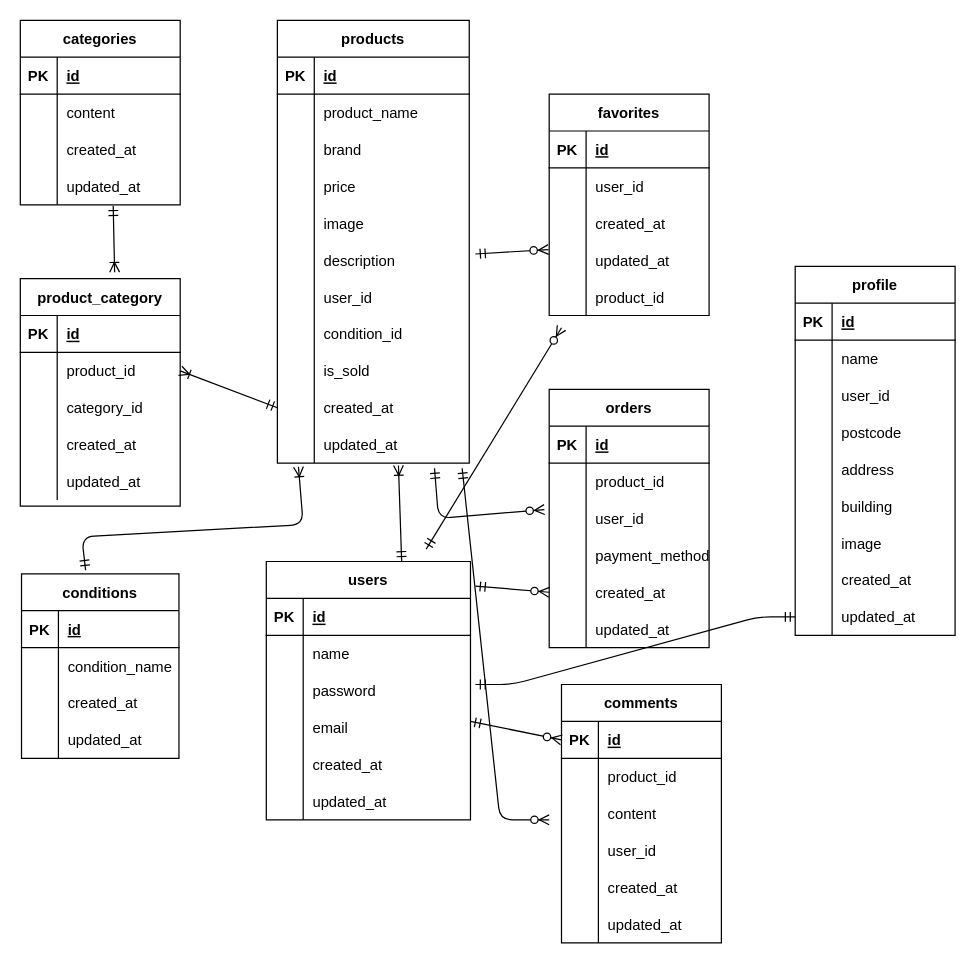
This is src/ER.drawio from Noriko30402/revision-flea-market-app, a draw.io file, before an edit. Source tidied: cells renumbered, new cells numbered last; positions are measured from the earlier drawing's top-left corner, leaving out a move shared by most shapes. Both pictures are drawn from the tidied source at 123%, with x=0, y=0 at pixel (20, 20).
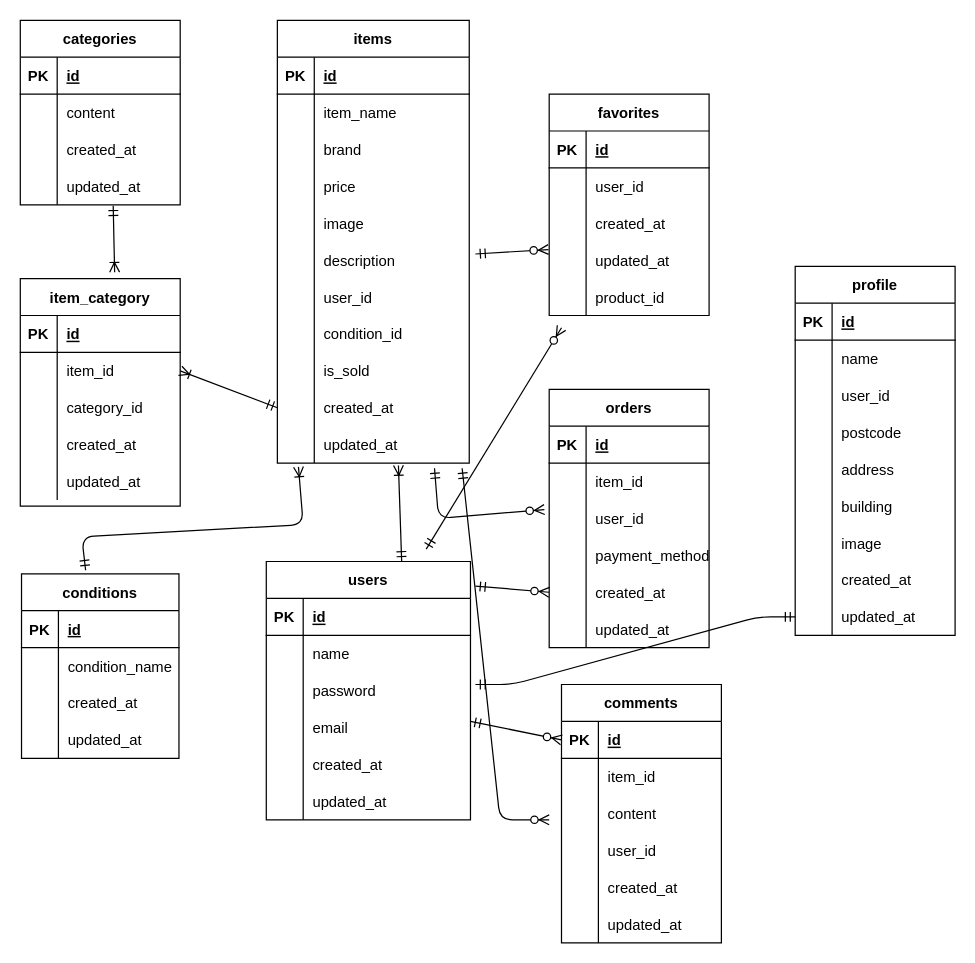
The same diagram, later.

Unchanged cells that the change refers to:
```xml
<mxCell id="19" style="shape=tableRow;horizontal=0;startSize=0;swimlaneHead=0;swimlaneBody=0;fillColor=none;top=0;left=0;right=0;bottom=0;" parent="15" vertex="1">
  <mxGeometry y="60" width="156" height="30" as="geometry" />
</mxCell>
<mxCell id="101" style="shape=tableRow;horizontal=0;startSize=0;swimlaneHead=0;swimlaneBody=0;fillColor=none;points=[[0,0.5],[1,0.5]];portConstraint=eastwest;top=0;left=0;right=0;bottom=0;" parent="97" vertex="1">
  <mxGeometry y="60" width="130" height="30" as="geometry" />
</mxCell>
<mxCell id="117" style="shape=tableRow;horizontal=0;startSize=0;swimlaneHead=0;swimlaneBody=0;fillColor=none;top=0;left=0;right=0;bottom=0;" parent="113" vertex="1">
  <mxGeometry y="60" width="130" height="30" as="geometry" />
</mxCell>
<mxCell id="136" style="shape=tableRow;horizontal=0;startSize=0;swimlaneHead=0;swimlaneBody=0;fillColor=none;top=0;left=0;right=0;bottom=0;" parent="132" vertex="1">
  <mxGeometry y="60" width="130" height="30" as="geometry" />
</mxCell>
```

Change to the diagram source:
```diff
@@
-    <mxCell id="15" value="products" style="shape=table;startSize=30;childLayout=tableLayout;rowLines=0;fontStyle=1;align=center;" parent="1" vertex="1">
+    <mxCell id="15" value="items" style="shape=table;startSize=30;childLayout=tableLayout;rowLines=0;fontStyle=1;align=center;" parent="1" vertex="1">
       <mxGeometry x="209" width="156" height="360" as="geometry" />
     </mxCell>
@@
-    <mxCell id="21" value="product_name" style="shape=partialRectangle;fillColor=none;top=0;left=0;bottom=0;right=0;align=left;spacingLeft=6;overflow=hidden;" parent="19" vertex="1">
+    <mxCell id="21" value="item_name" style="shape=partialRectangle;fillColor=none;top=0;left=0;bottom=0;right=0;align=left;spacingLeft=6;overflow=hidden;" parent="19" vertex="1">
       <mxGeometry x="30" width="126" height="30" as="geometry" />
     </mxCell>
@@
-    <mxCell id="97" value="product_category" style="shape=table;startSize=30;childLayout=tableLayout;rowLines=0;fontStyle=1;align=center;" parent="1" vertex="1">
+    <mxCell id="97" value="item_category" style="shape=table;startSize=30;childLayout=tableLayout;rowLines=0;fontStyle=1;align=center;" parent="1" vertex="1">
       <mxGeometry y="210" width="130" height="185" as="geometry" />
     </mxCell>
@@
-    <mxCell id="103" value="product_id" style="shape=partialRectangle;fillColor=none;top=0;left=0;bottom=0;right=0;align=left;spacingLeft=6;overflow=hidden;" parent="101" vertex="1">
+    <mxCell id="103" value="item_id" style="shape=partialRectangle;fillColor=none;top=0;left=0;bottom=0;right=0;align=left;spacingLeft=6;overflow=hidden;" parent="101" vertex="1">
       <mxGeometry x="30" width="100" height="30" as="geometry" />
     </mxCell>
@@
-    <mxCell id="119" value="product_id" style="shape=partialRectangle;fillColor=none;top=0;left=0;bottom=0;right=0;align=left;spacingLeft=6;overflow=hidden;" parent="117" vertex="1">
+    <mxCell id="119" value="item_id" style="shape=partialRectangle;fillColor=none;top=0;left=0;bottom=0;right=0;align=left;spacingLeft=6;overflow=hidden;" parent="117" vertex="1">
       <mxGeometry x="30" width="100" height="30" as="geometry" />
     </mxCell>
@@
-    <mxCell id="138" value="product_id" style="shape=partialRectangle;fillColor=none;top=0;left=0;bottom=0;right=0;align=left;spacingLeft=6;overflow=hidden;" parent="136" vertex="1">
+    <mxCell id="138" value="item_id" style="shape=partialRectangle;fillColor=none;top=0;left=0;bottom=0;right=0;align=left;spacingLeft=6;overflow=hidden;" parent="136" vertex="1">
       <mxGeometry x="30" width="100" height="30" as="geometry" />
     </mxCell>
```
